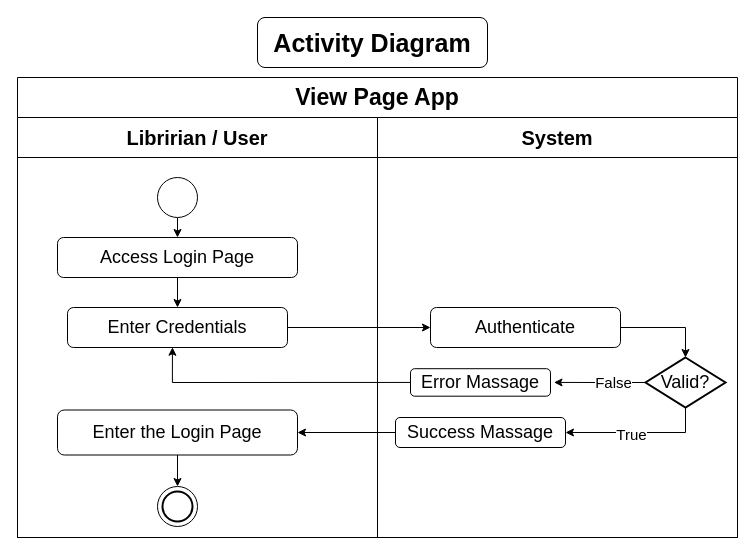
Before: page "viewPage_activity" (4 of 4) of config-learn.drawio in Anggieta2/konfigure_BE-learn, a draw.io diagram. Source tidied: cells renumbered, new cells numbered last; positions are measured from the earlier drawing's top-left corner, leaving out a move shared by most shapes. Both pictures are drawn from the tidied source at 100%, with x=0, y=0 at pixel (17, 17).
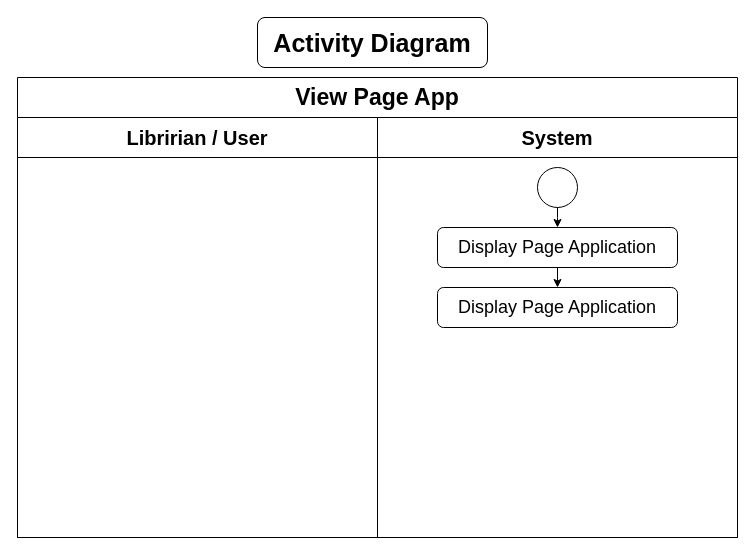
Above is the later version.

Unchanged cells that the change refers to:
```xml
<mxCell id="2" value="&lt;font style=&quot;font-size: 23px;&quot;&gt;View Page App&lt;/font&gt;" style="swimlane;whiteSpace=wrap;html=1;startSize=40;fillColor=none;fontColor=light-dark(#000000,#FFFFFF);" parent="1" vertex="1">
  <mxGeometry y="60" width="720" height="460" as="geometry" />
</mxCell>
```

What changed in the source:
```diff
@@
-    <mxCell id="3" value="&lt;font style=&quot;font-size: 20px;&quot;&gt;Libririan / User&lt;/font&gt;" style="swimlane;whiteSpace=wrap;html=1;startSize=40;" parent="2" vertex="1">
+    <mxCell id="3" value="&lt;font style=&quot;font-size: 20px;&quot;&gt;Libririan / User&lt;/font&gt;" style="swimlane;whiteSpace=wrap;html=1;startSize=40;textShadow=0;" parent="2" vertex="1">
       <mxGeometry y="40" width="360" height="420" as="geometry" />
     </mxCell>
+    <mxCell id="13" value="&lt;font&gt;System&lt;/font&gt;" style="swimlane;whiteSpace=wrap;html=1;startSize=40;fontColor=light-dark(#000000,#FFFFFF);fontSize=20;" parent="2" vertex="1">
+      <mxGeometry x="360" y="40" width="360" height="420" as="geometry" />
+    </mxCell>
+    <mxCell id="5" style="ellipse;whiteSpace=wrap;html=1;" parent="13" vertex="1">
+      <mxGeometry x="160" y="50" width="40" height="40" as="geometry" />
+    </mxCell>
+    <mxCell id="8" value="Display Page Application" style="rounded=1;whiteSpace=wrap;html=1;fontSize=18;" parent="13" vertex="1">
+      <mxGeometry x="60" y="110" width="240" height="40" as="geometry" />
+    </mxCell>
+    <mxCell id="28" value="Display Page Application" style="rounded=1;whiteSpace=wrap;html=1;fontSize=18;textShadow=0;" parent="13" vertex="1">
+      <mxGeometry x="60" y="170" width="240" height="40" as="geometry" />
+    </mxCell>
-    <mxCell id="4" style="edgeStyle=orthogonalEdgeStyle;rounded=0;jettySize=auto;html=1;exitX=0.5;exitY=1;exitDx=0;exitDy=0;entryX=0.5;entryY=0;entryDx=0;entryDy=0;" parent="3" edge="1" source="5" target="8">
-      <mxGeometry relative="1" as="geometry" />
+    <mxCell id="4" style="edgeStyle=orthogonalEdgeStyle;rounded=0;jettySize=auto;html=1;exitX=0.5;exitY=1;exitDx=0;exitDy=0;entryX=0.5;entryY=0;entryDx=0;entryDy=0;" parent="13" edge="1" source="5" target="8">
+      <mxGeometry relative="1" as="geometry">
+        <Array as="points">
+          <mxPoint x="180" y="100" />
+          <mxPoint x="180" y="100" />
+        </Array>
+      </mxGeometry>
     </mxCell>
-    <mxCell id="5" style="ellipse;whiteSpace=wrap;html=1;" parent="3" vertex="1">
-      <mxGeometry x="140" y="60" width="40" height="40" as="geometry" />
-    </mxCell>
-    <mxCell id="6" style="ellipse;whiteSpace=wrap;html=1;gradientColor=none;strokeColor=light-dark(#000000,#000000);fillColor=light-dark(#FFFFFF,#FFFFCC);" parent="3" vertex="1">
-      <mxGeometry x="140" y="369" width="40" height="40" as="geometry" />
-    </mxCell>
-    <mxCell id="7" style="edgeStyle=orthogonalEdgeStyle;rounded=0;jettySize=auto;html=1;exitX=0.5;exitY=1;exitDx=0;exitDy=0;entryX=0.5;entryY=0;entryDx=0;entryDy=0;" parent="3" edge="1" source="8" target="9">
+    <mxCell id="7" style="edgeStyle=orthogonalEdgeStyle;rounded=0;jettySize=auto;html=1;exitX=0.5;exitY=1;exitDx=0;exitDy=0;entryX=0.5;entryY=0;entryDx=0;entryDy=0;" parent="13" edge="1" source="8" target="28">
       <mxGeometry relative="1" as="geometry" />
     </mxCell>
-    <mxCell id="8" value="Access Login Page" style="rounded=1;whiteSpace=wrap;html=1;fontSize=18;" parent="3" vertex="1">
-      <mxGeometry x="40" y="120" width="240" height="40" as="geometry" />
-    </mxCell>
-    <mxCell id="9" value="Enter Credentials" style="rounded=1;whiteSpace=wrap;html=1;fontSize=18;" parent="3" vertex="1">
-      <mxGeometry x="50" y="190" width="220" height="40" as="geometry" />
-    </mxCell>
-    <mxCell id="10" style="edgeStyle=orthogonalEdgeStyle;rounded=0;jettySize=auto;html=1;exitX=0.5;exitY=1;exitDx=0;exitDy=0;entryX=0.5;entryY=0;entryDx=0;entryDy=0;" parent="3" edge="1" source="11" target="6">
-      <mxGeometry relative="1" as="geometry" />
-    </mxCell>
-    <mxCell id="11" value="Enter the Login Page" style="rounded=1;whiteSpace=wrap;html=1;fontSize=18;" parent="3" vertex="1">
-      <mxGeometry x="40" y="292.5" width="240" height="45" as="geometry" />
-    </mxCell>
-    <mxCell id="12" style="strokeWidth=2;html=1;shape=mxgraph.flowchart.start_2;whiteSpace=wrap;" parent="3" vertex="1">
-      <mxGeometry x="145" y="374" width="30" height="30" as="geometry" />
-    </mxCell>
-    <mxCell id="13" value="&lt;font&gt;System&lt;/font&gt;" style="swimlane;whiteSpace=wrap;html=1;startSize=40;fontColor=light-dark(#000000,#FFFFFF);fontSize=20;" parent="2" vertex="1">
-      <mxGeometry x="360" y="40" width="360" height="420" as="geometry" />
-    </mxCell>
-    <mxCell id="14" value="Authenticate" style="rounded=1;whiteSpace=wrap;html=1;fontSize=18;" parent="13" vertex="1">
-      <mxGeometry x="53" y="190" width="190" height="40" as="geometry" />
-    </mxCell>
-    <mxCell id="15" value="Success Massage" style="rounded=1;whiteSpace=wrap;html=1;fontSize=18;" parent="13" vertex="1">
-      <mxGeometry x="18" y="300" width="170" height="30" as="geometry" />
-    </mxCell>
-    <mxCell id="16" style="edgeStyle=orthogonalEdgeStyle;rounded=0;jettySize=auto;html=1;exitX=0.5;exitY=1;exitDx=0;exitDy=0;exitPerimeter=0;entryX=1;entryY=0.5;entryDx=0;entryDy=0;" parent="13" edge="1" source="18" target="15">
-      <mxGeometry relative="1" as="geometry">
-        <Array as="points">
-          <mxPoint x="308" y="315" />
-        </Array>
-      </mxGeometry>
-    </mxCell>
-    <mxCell id="17" value="True" style="edgeLabel;html=1;align=center;verticalAlign=middle;fontSize=15;" parent="16" vertex="1">
-      <mxGeometry x="0.11" relative="1" as="geometry">
-        <mxPoint y="1" as="offset" />
-      </mxGeometry>
-    </mxCell>
-    <mxCell id="18" value="Valid?" style="strokeWidth=2;html=1;shape=mxgraph.flowchart.decision;whiteSpace=wrap;fontSize=18;" parent="13" vertex="1">
-      <mxGeometry x="268" y="240" width="80" height="50" as="geometry" />
-    </mxCell>
-    <mxCell id="19" style="edgeStyle=orthogonalEdgeStyle;rounded=0;jettySize=auto;html=1;entryX=0.5;entryY=0;entryDx=0;entryDy=0;entryPerimeter=0;exitX=1;exitY=0.5;exitDx=0;exitDy=0;" parent="13" edge="1" source="14" target="18">
-      <mxGeometry relative="1" as="geometry">
-        <Array as="points">
-          <mxPoint x="308" y="210" />
-        </Array>
-      </mxGeometry>
-    </mxCell>
-    <mxCell id="20" style="edgeStyle=orthogonalEdgeStyle;rounded=0;orthogonalLoop=1;jettySize=auto;html=1;exitX=0.5;exitY=1;exitDx=0;exitDy=0;exitPerimeter=0;" parent="13" edge="1" source="18" target="18">
-      <mxGeometry relative="1" as="geometry" />
-    </mxCell>
-    <mxCell id="21" value="Error Massage" style="rounded=1;whiteSpace=wrap;html=1;fontSize=18;" parent="13" vertex="1">
-      <mxGeometry x="33" y="251.2" width="140" height="27.5" as="geometry" />
-    </mxCell>
-    <mxCell id="22" style="edgeStyle=orthogonalEdgeStyle;rounded=0;jettySize=auto;html=1;exitX=0;exitY=0.5;exitDx=0;exitDy=0;exitPerimeter=0;fontSize=13;entryX=1.025;entryY=0.499;entryDx=0;entryDy=0;entryPerimeter=0;" parent="13" edge="1" source="18" target="21">
-      <mxGeometry relative="1" as="geometry" />
-    </mxCell>
-    <mxCell id="23" value="False" style="edgeLabel;html=1;align=center;verticalAlign=middle;fontSize=15;" parent="22" vertex="1">
-      <mxGeometry x="-0.28" y="-1" relative="1" as="geometry" />
-    </mxCell>
-    <mxCell id="24" style="edgeStyle=orthogonalEdgeStyle;rounded=0;jettySize=auto;html=1;exitX=1;exitY=0.5;exitDx=0;exitDy=0;entryX=0;entryY=0.5;entryDx=0;entryDy=0;" parent="2" edge="1" source="9" target="14">
-      <mxGeometry relative="1" as="geometry" />
-    </mxCell>
-    <mxCell id="25" style="edgeStyle=orthogonalEdgeStyle;rounded=0;jettySize=auto;html=1;exitX=0;exitY=0.5;exitDx=0;exitDy=0;entryX=1;entryY=0.5;entryDx=0;entryDy=0;" parent="2" edge="1" source="15" target="11">
-      <mxGeometry relative="1" as="geometry" />
-    </mxCell>
-    <mxCell id="26" style="edgeStyle=orthogonalEdgeStyle;rounded=0;jettySize=auto;html=1;exitX=0;exitY=0.5;exitDx=0;exitDy=0;entryX=0.477;entryY=0.994;entryDx=0;entryDy=0;entryPerimeter=0;" parent="2" edge="1" source="21" target="9">
-      <mxGeometry relative="1" as="geometry">
-        <Array as="points">
-          <mxPoint x="155" y="305" />
-        </Array>
-      </mxGeometry>
-    </mxCell>
```
